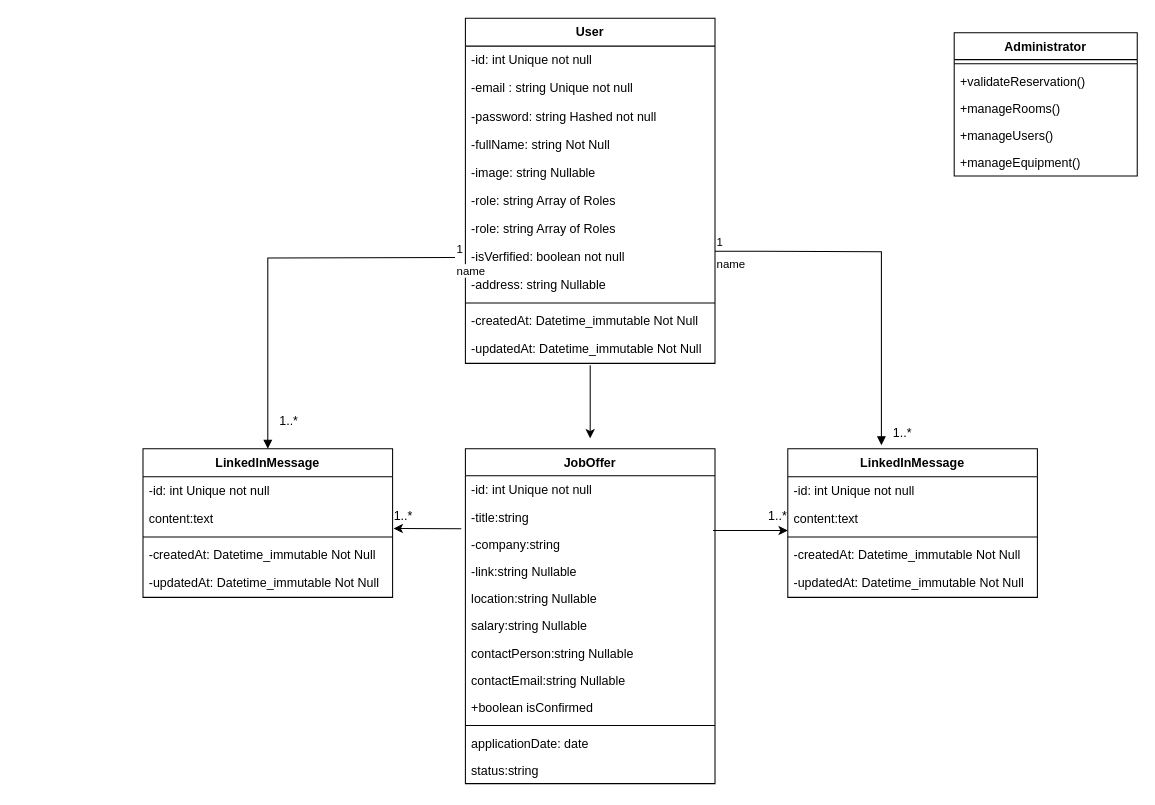
The draw.io diagram Diagramme sans nom.drawio in LeaBouillot/portfolio_le, before the edit. Source tidied: cells renumbered, new cells numbered last; positions are measured from the earlier drawing's top-left corner, leaving out a move shared by most shapes. Both pictures are drawn from the tidied source at 104%, with x=0, y=0 at pixel (142, 18).
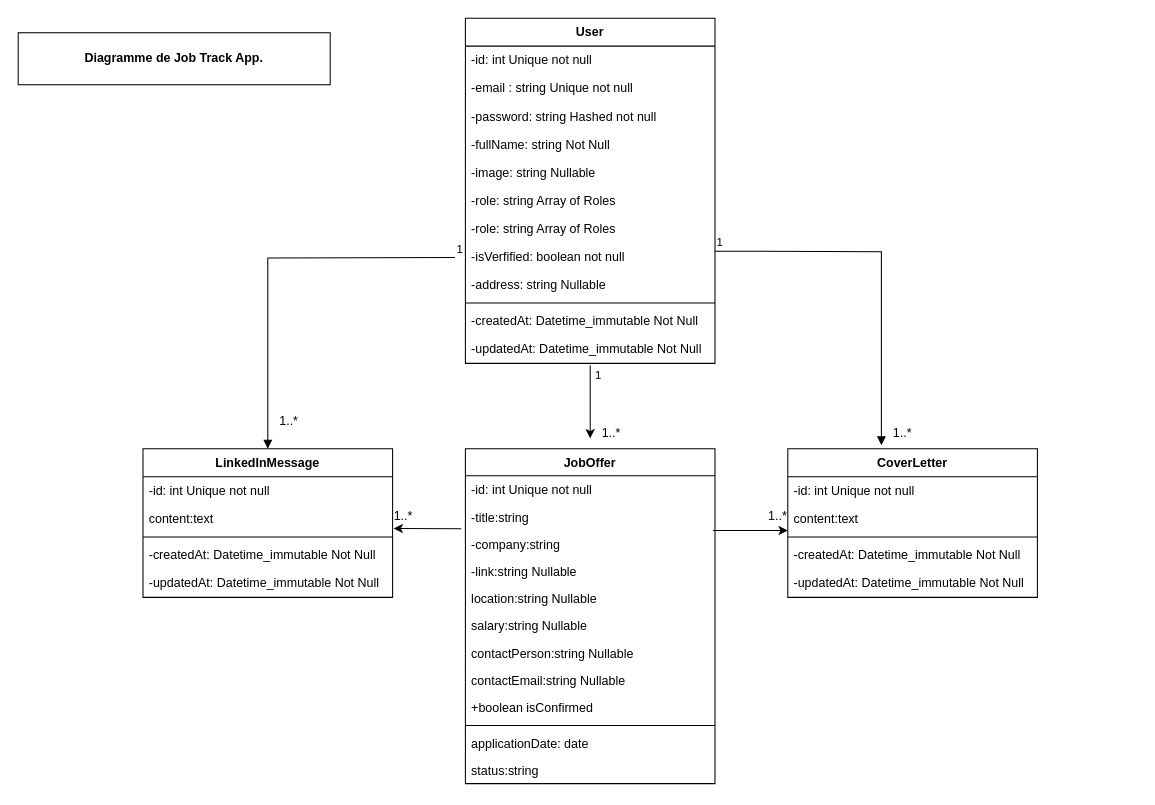
Above is the later version.

Commit message:
Mettre à jour Diagramme sans nom.drawio

The change refers to these unchanged cells:
```xml
<mxCell id="15" value="LinkedInMessage" style="swimlane;fontStyle=1;align=center;verticalAlign=top;horizontal=1;startSize=26.857142857142858;flipH=0;flipV=0;" parent="1" vertex="1">
  <mxGeometry y="414" width="240" height="142.9" as="geometry" />
</mxCell>
```

Change to the diagram source:
```diff
@@
-    <mxCell id="34" value="LinkedInMessage" style="swimlane;fontStyle=1;align=center;verticalAlign=top;horizontal=1;startSize=26.857142857142858;flipH=0;flipV=0;" parent="1" vertex="1">
+    <mxCell id="34" value="CoverLetter" style="swimlane;fontStyle=1;align=center;verticalAlign=top;horizontal=1;startSize=26.857142857142858;flipH=0;flipV=0;" parent="1" vertex="1">
       <mxGeometry x="620" y="414" width="240" height="142.9" as="geometry" />
     </mxCell>
@@
-    <mxCell id="40" value="Administrator" style="swimlane;fontStyle=1;align=center;verticalAlign=top;horizontal=1;startSize=25.818181818181817;flipH=0;flipV=0;" parent="1" vertex="1">
-      <mxGeometry x="780" y="14" width="176" height="137.8" as="geometry" />
-    </mxCell>
-    <mxCell id="41" style="line;strokeWidth=1;fillColor=none;align=left;verticalAlign=middle;spacingTop=-1;spacingLeft=3;spacingRight=3;labelPosition=right;strokeColor=inherit;" parent="40" vertex="1">
-      <mxGeometry y="25.8" width="176" height="8" as="geometry" />
-    </mxCell>
-    <mxCell id="42" value="+validateReservation()" style="text;strokeColor=none;fillColor=none;align=left;verticalAlign=top;spacingLeft=4;spacingRight=4;overflow=hidden;" parent="40" vertex="1">
-      <mxGeometry y="33.8" width="176" height="26" as="geometry" />
-    </mxCell>
-    <mxCell id="43" value="+manageRooms()" style="text;strokeColor=none;fillColor=none;align=left;verticalAlign=top;spacingLeft=4;spacingRight=4;overflow=hidden;" parent="40" vertex="1">
-      <mxGeometry y="59.8" width="176" height="26" as="geometry" />
-    </mxCell>
-    <mxCell id="44" value="+manageUsers()" style="text;strokeColor=none;fillColor=none;align=left;verticalAlign=top;spacingLeft=4;spacingRight=4;overflow=hidden;" parent="40" vertex="1">
-      <mxGeometry y="85.8" width="176" height="26" as="geometry" />
-    </mxCell>
-    <mxCell id="45" value="+manageEquipment()" style="text;strokeColor=none;fillColor=none;align=left;verticalAlign=top;spacingLeft=4;spacingRight=4;overflow=hidden;" parent="40" vertex="1">
-      <mxGeometry y="111.8" width="176" height="26" as="geometry" />
-    </mxCell>
@@
-    <mxCell id="49" value="name" style="endArrow=block;endFill=1;html=1;edgeStyle=orthogonalEdgeStyle;align=left;verticalAlign=top;rounded=0;entryX=0.5;entryY=0;entryDx=0;entryDy=0;" parent="1" edge="1" target="15">
+    <mxCell id="49" style="endArrow=block;endFill=1;html=1;edgeStyle=orthogonalEdgeStyle;align=left;verticalAlign=top;rounded=0;entryX=0.5;entryY=0;entryDx=0;entryDy=0;" parent="1" edge="1" target="15">
       <mxGeometry x="-1" relative="1" as="geometry">
         <mxPoint x="300" y="230" as="sourcePoint" />
       </mxGeometry>
     </mxCell>
@@
-    <mxCell id="51" value="name" style="endArrow=block;endFill=1;html=1;edgeStyle=orthogonalEdgeStyle;align=left;verticalAlign=top;rounded=0;entryX=0.375;entryY=-0.024;entryDx=0;entryDy=0;entryPerimeter=0;" parent="1" edge="1" target="34">
+    <mxCell id="51" style="endArrow=block;endFill=1;html=1;edgeStyle=orthogonalEdgeStyle;align=left;verticalAlign=top;rounded=0;entryX=0.375;entryY=-0.024;entryDx=0;entryDy=0;entryPerimeter=0;" parent="1" edge="1" target="34">
       <mxGeometry x="-1" relative="1" as="geometry">
         <mxPoint x="550" y="224" as="sourcePoint" />
       </mxGeometry>
     </mxCell>
@@
+    <mxCell id="57" value="1..*" style="text;html=1;align=center;verticalAlign=middle;strokeColor=none;fillColor=none;" parent="1" vertex="1">
+      <mxGeometry x="430" y="384" width="40" height="30" as="geometry" />
+    </mxCell>
+    <mxCell id="58" value="&lt;span style=&quot;color: rgb(0, 0, 0); font-family: Helvetica; font-size: 11px; font-style: normal; font-variant-ligatures: normal; font-variant-caps: normal; font-weight: 400; letter-spacing: normal; orphans: 2; text-align: left; text-indent: 0px; text-transform: none; widows: 2; word-spacing: 0px; -webkit-text-stroke-width: 0px; white-space: nowrap; background-color: rgb(255, 255, 255); text-decoration-thickness: initial; text-decoration-style: initial; text-decoration-color: initial; display: inline !important; float: none;&quot;&gt;1&lt;/span&gt;" style="text;whiteSpace=wrap;html=1;" parent="1" vertex="1">
+      <mxGeometry x="433" y="329" width="40" height="40" as="geometry" />
+    </mxCell>
+    <mxCell id="59" value="&lt;span style=&quot;font-weight: 700; text-wrap-mode: nowrap;&quot;&gt;Diagramme de Job Track App.&lt;/span&gt;" style="html=1;whiteSpace=wrap;" parent="1" vertex="1">
+      <mxGeometry x="-120" y="14" width="300" height="50" as="geometry" />
+    </mxCell>
```
